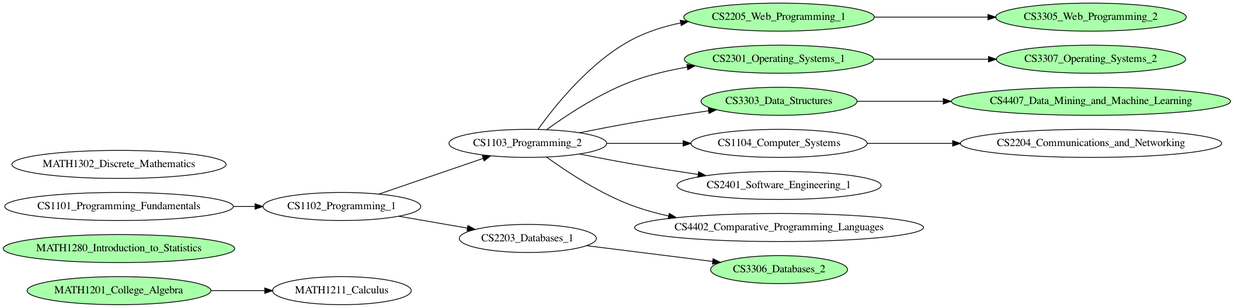
This is uopeople/cs_curriculum.png from thash/study, a Graphviz export, as it was before one commit. Its source is kept beside it as uopeople/cs_curriculum.dot. Source of this version:
```dot

digraph {
    graph [rankdir = LR];

    MATH1201_College_Algebra[fillcolor="#aaffaa", style="filled"];
    MATH1280_Introduction_to_Statistics[fillcolor="#aaffaa", style="filled"];
    CS2205_Web_Programming_1[fillcolor="#aaffaa", style="filled"];
    CS3305_Web_Programming_2[fillcolor="#aaffaa", style="filled"];
    CS2301_Operating_Systems_1[fillcolor="#aaffaa", style="filled"];
    CS3303_Data_Structures[fillcolor="#aaffaa", style="filled"];
    CS3306_Databases_2[fillcolor="#aaffaa", style="filled"];
    CS3307_Operating_Systems_2[fillcolor="#aaffaa", style="filled"];
    CS4407_Data_Mining_and_Machine_Learning[fillcolor="#aaffaa", style="filled"];
    MATH1201_College_Algebra[fillcolor="#aaffaa", style="filled"];

    CS1101_Programming_Fundamentals;
    MATH1201_College_Algebra;
    MATH1280_Introduction_to_Statistics;
    MATH1302_Discrete_Mathematics;

    CS1101_Programming_Fundamentals -> CS1102_Programming_1;
    CS1102_Programming_1 -> CS1103_Programming_2;
    CS1102_Programming_1 -> CS2203_Databases_1;
    CS1103_Programming_2 -> CS1104_Computer_Systems;
    CS1103_Programming_2 -> CS2205_Web_Programming_1;
    CS1103_Programming_2 -> CS2301_Operating_Systems_1;
    CS1103_Programming_2 -> CS2401_Software_Engineering_1;
    CS1103_Programming_2 -> CS3303_Data_Structures;
    CS1103_Programming_2 -> CS4402_Comparative_Programming_Languages;
    CS1104_Computer_Systems -> CS2204_Communications_and_Networking;
    CS2203_Databases_1 -> CS3306_Databases_2;
    CS2205_Web_Programming_1 -> CS3305_Web_Programming_2;
    CS2301_Operating_Systems_1 -> CS3307_Operating_Systems_2;
    CS3303_Data_Structures -> CS4407_Data_Mining_and_Machine_Learning;
    MATH1201_College_Algebra -> MATH1211_Calculus;
}
```
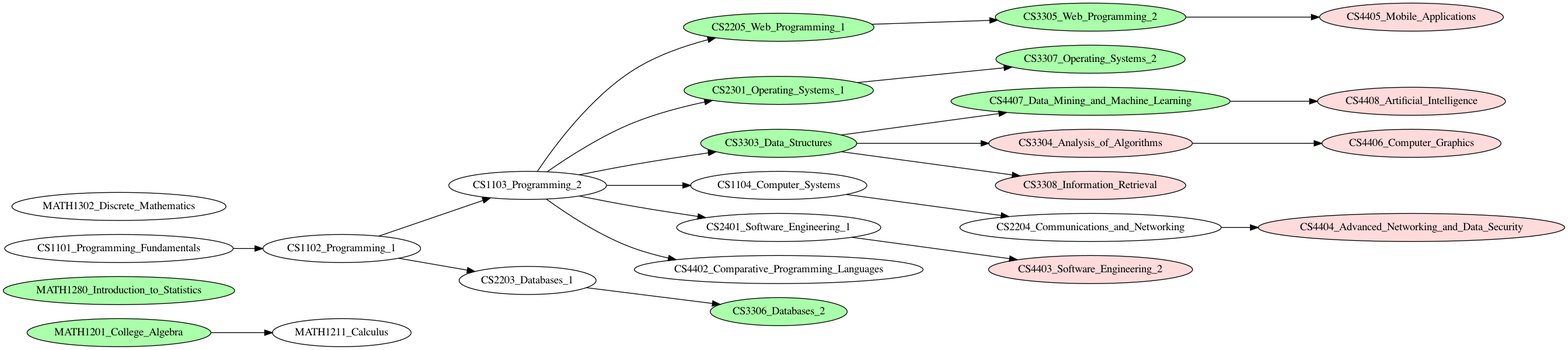
After the commit.

Commit message:
add UoPeople elective courses

Change to the diagram source:
```diff
@@ -1,4 +1,9 @@
-
+/*
+ * [1]: https://www.uopeople.edu/programs/cs/degrees/computer-science-bachelor-degree-2/curriculum/
+ * [2]: https://www.uopeople.edu/programs/cs/degrees/cs-course-catalog/
+ *
+ * Prerequisite course for CS4407_Data_Mining_and_Machine_Learning is different in above two pages.
+ */
 digraph {
     graph [rankdir = LR];
 
@@ -33,4 +38,20 @@
     CS2301_Operating_Systems_1 -> CS3307_Operating_Systems_2;
     CS3303_Data_Structures -> CS4407_Data_Mining_and_Machine_Learning;
     MATH1201_College_Algebra -> MATH1211_Calculus;
+
+    CS3304_Analysis_of_Algorithms[fillcolor="#FFDBDB", style="filled"];
+    CS3308_Information_Retrieval[fillcolor="#FFDBDB", style="filled"];
+    CS4403_Software_Engineering_2[fillcolor="#FFDBDB", style="filled"];
+    CS4404_Advanced_Networking_and_Data_Security[fillcolor="#FFDBDB", style="filled"];
+    CS4405_Mobile_Applications[fillcolor="#FFDBDB", style="filled"];
+    CS4406_Computer_Graphics[fillcolor="#FFDBDB", style="filled"];
+    CS4408_Artificial_Intelligence[fillcolor="#FFDBDB", style="filled"];
+
+    CS3303_Data_Structures -> CS3304_Analysis_of_Algorithms;
+    CS3303_Data_Structures -> CS3308_Information_Retrieval;
+    CS2401_Software_Engineering_1 -> CS4403_Software_Engineering_2;
+    CS2204_Communications_and_Networking -> CS4404_Advanced_Networking_and_Data_Security;
+    CS3305_Web_Programming_2 -> CS4405_Mobile_Applications;
+    CS3304_Analysis_of_Algorithms -> CS4406_Computer_Graphics;
+    CS4407_Data_Mining_and_Machine_Learning -> CS4408_Artificial_Intelligence;
 }
```
